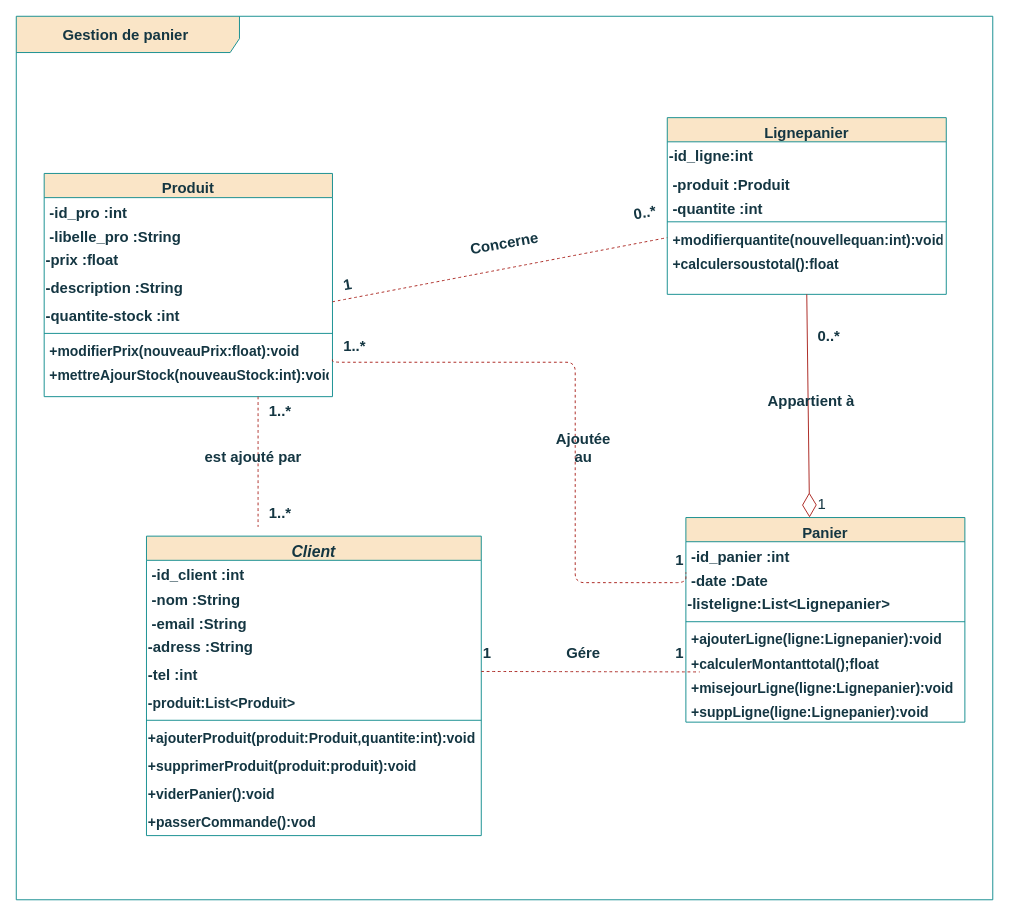
This is page "Page-2" (2 of 3) of Class Diagram.drawio from hananemazyan/DIAGRAMS, a draw.io file, before an edit. Source tidied: cells renumbered, new cells numbered last; positions are measured from the earlier drawing's top-left corner, leaving out a move shared by most shapes. Both pictures are drawn from the tidied source at 93%, with x=0, y=0 at pixel (16, 16).
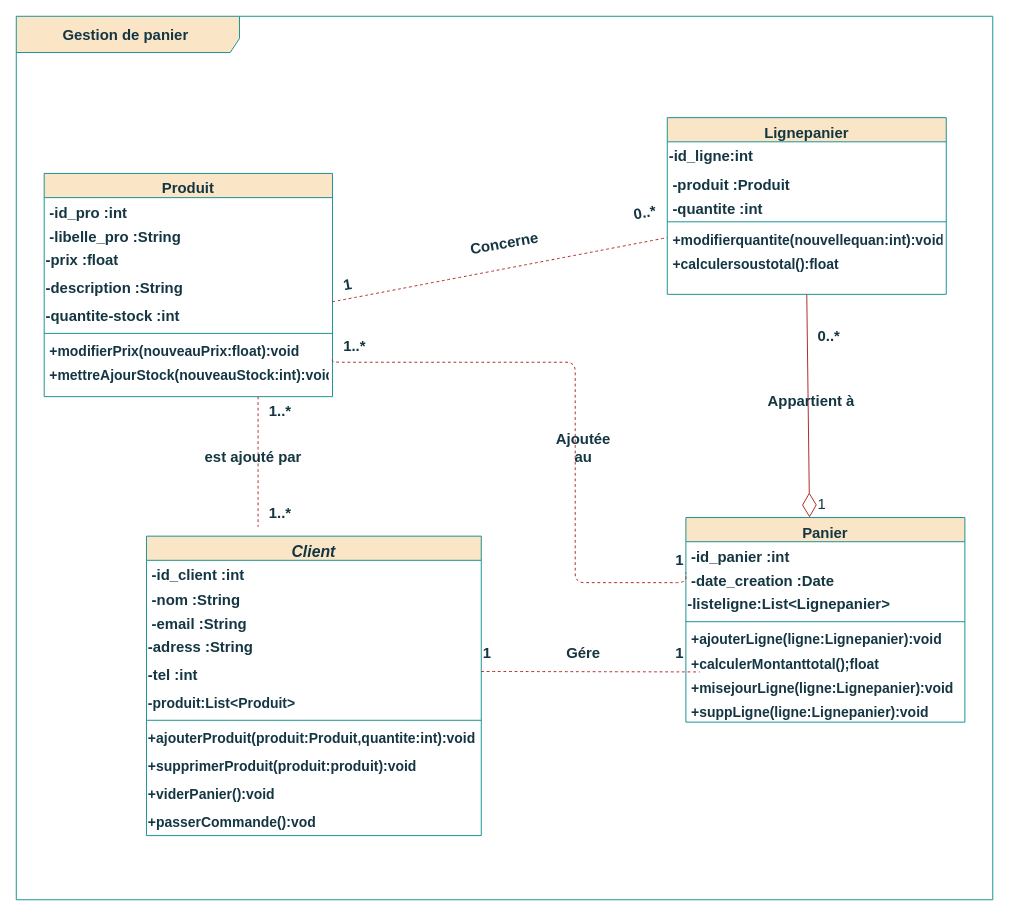
Above is the later version.

The change refers to these unchanged cells:
```xml
<mxCell id="2" value="Panier" style="swimlane;fontStyle=1;align=center;verticalAlign=top;horizontal=1;startSize=26;rounded=0;shadow=0;strokeWidth=1;fillColor=#FAE5C7;fontColor=#143642;strokeColor=#0F8B8D;fontSize=16;labelBackgroundColor=none;" parent="1" vertex="1">
  <mxGeometry x="720" y="539" width="300" height="220" as="geometry" />
</mxCell>
```

What changed in the source:
```diff
@@
-    <mxCell id="4" value="-date :Date" style="text;align=left;verticalAlign=top;spacingLeft=4;spacingRight=4;overflow=hidden;rounded=0;shadow=0;html=0;fontSize=16;fontStyle=1;labelBackgroundColor=none;fontColor=#143642;" parent="2" vertex="1">
+    <mxCell id="4" value="-date_creation :Date" style="text;align=left;verticalAlign=top;spacingLeft=4;spacingRight=4;overflow=hidden;rounded=0;shadow=0;html=0;fontSize=16;fontStyle=1;labelBackgroundColor=none;fontColor=#143642;" parent="2" vertex="1">
       <mxGeometry y="52" width="300" height="26" as="geometry" />
     </mxCell>
```
